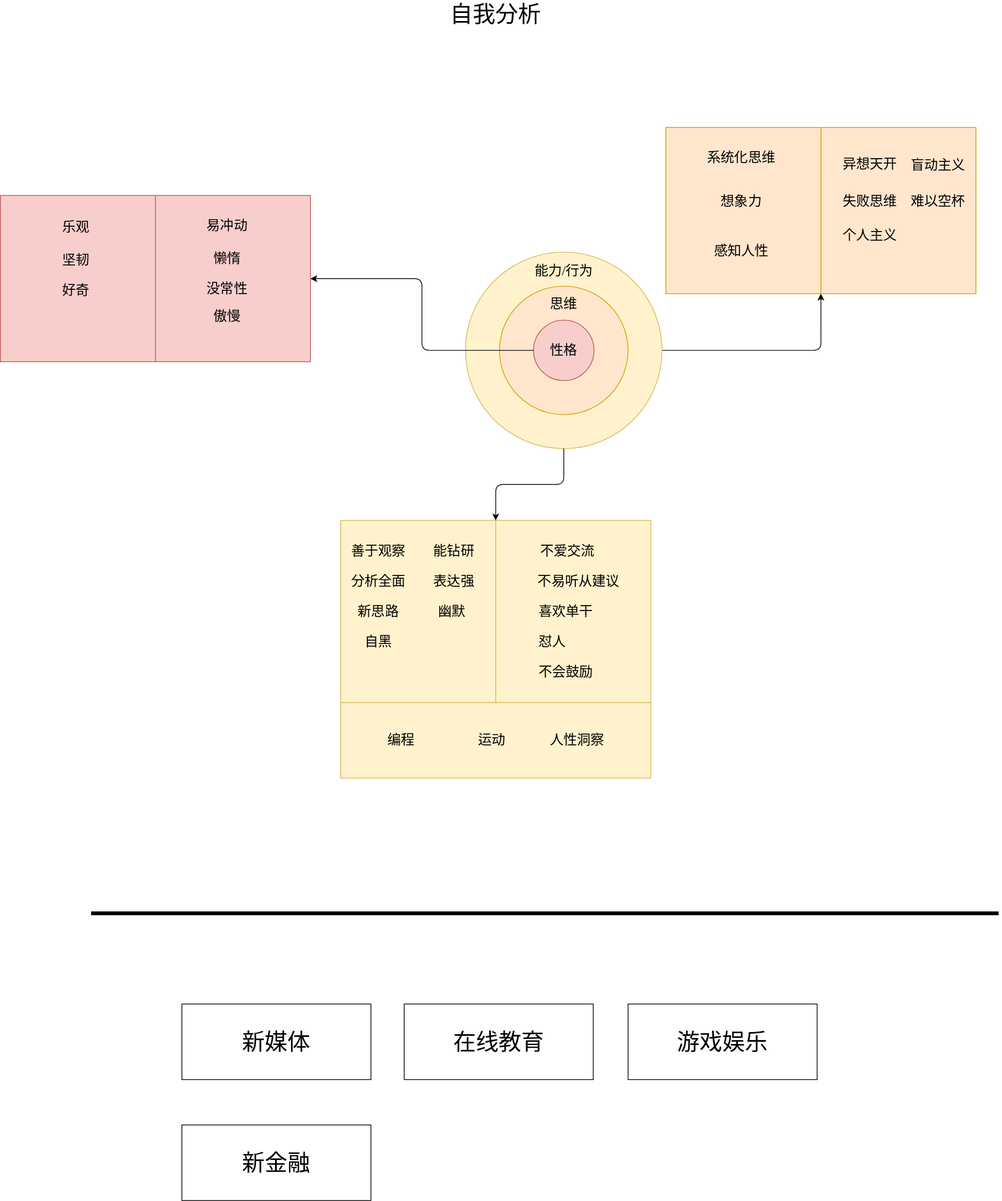
This is self-analysis.drawio.svg from 109km/deep-thinking, a draw.io export, as it was before one commit. Source tidied: cells renumbered, new cells last; positions are measured from the earlier drawing's top-left corner, leaving out a move shared by most shapes.
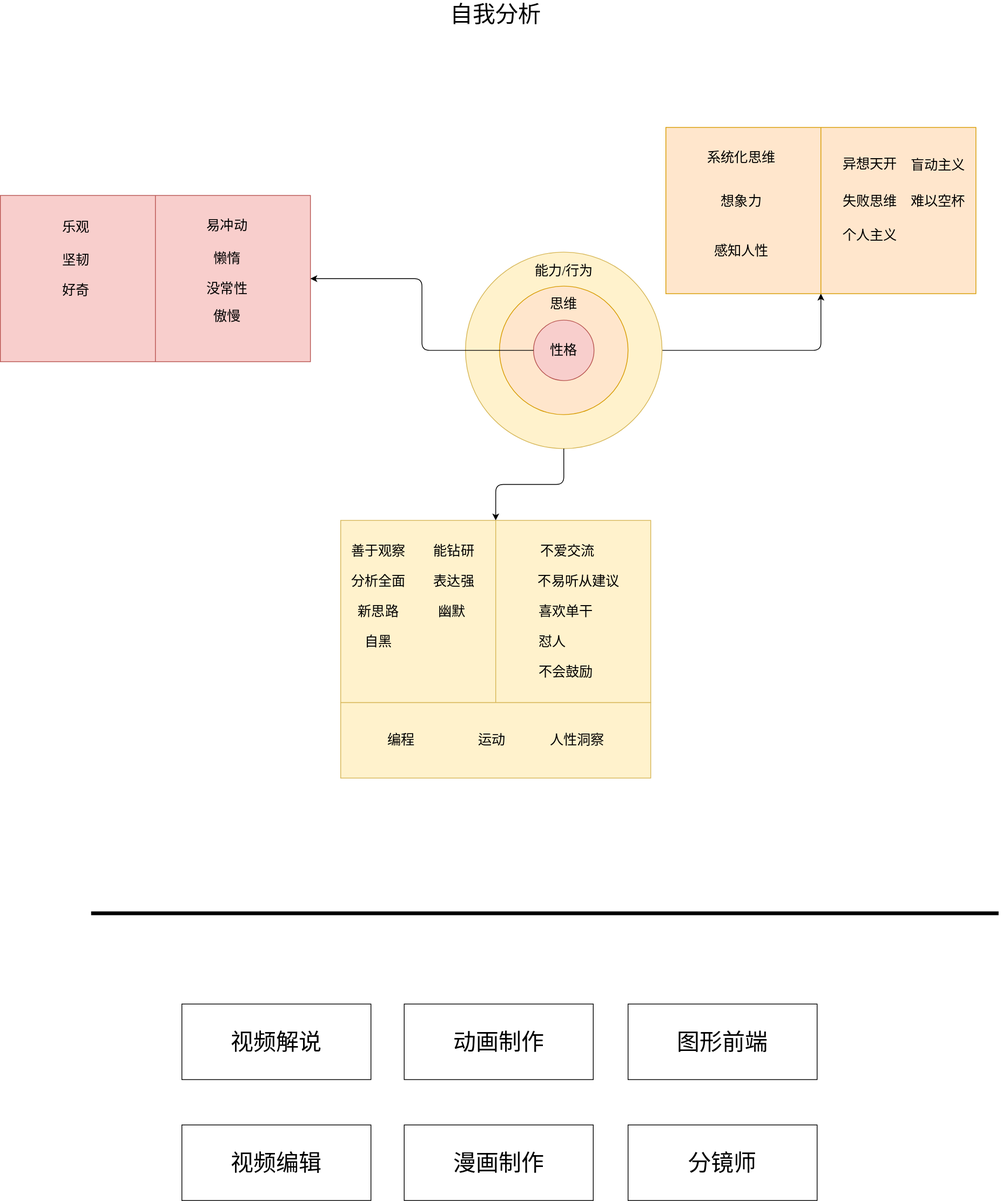
Above is the later version.

What changed in the source:
```diff
@@ -189,17 +189,23 @@
         <mxPoint x="1320" y="1200" as="targetPoint" />
       </mxGeometry>
     </mxCell>
-    <mxCell id="61" value="新媒体" style="rounded=0;whiteSpace=wrap;html=1;strokeColor=#000000;fontFamily=Verdana;fontSize=30;" parent="1" vertex="1">
+    <mxCell id="61" value="视频解说" style="rounded=0;whiteSpace=wrap;html=1;strokeColor=#000000;fontFamily=Verdana;fontSize=30;" parent="1" vertex="1">
       <mxGeometry x="240" y="1320" width="250" height="100" as="geometry" />
     </mxCell>
-    <mxCell id="62" value="在线教育" style="rounded=0;whiteSpace=wrap;html=1;strokeColor=#000000;fontFamily=Verdana;fontSize=30;" parent="1" vertex="1">
+    <mxCell id="62" value="动画制作" style="rounded=0;whiteSpace=wrap;html=1;strokeColor=#000000;fontFamily=Verdana;fontSize=30;" parent="1" vertex="1">
       <mxGeometry x="534" y="1320" width="250" height="100" as="geometry" />
     </mxCell>
-    <mxCell id="63" value="游戏娱乐" style="rounded=0;whiteSpace=wrap;html=1;strokeColor=#000000;fontFamily=Verdana;fontSize=30;" parent="1" vertex="1">
+    <mxCell id="63" value="图形前端" style="rounded=0;whiteSpace=wrap;html=1;strokeColor=#000000;fontFamily=Verdana;fontSize=30;" parent="1" vertex="1">
       <mxGeometry x="830" y="1320" width="250" height="100" as="geometry" />
     </mxCell>
-    <mxCell id="64" value="新金融" style="rounded=0;whiteSpace=wrap;html=1;strokeColor=#000000;fontFamily=Verdana;fontSize=30;" parent="1" vertex="1">
+    <mxCell id="64" value="视频编辑" style="rounded=0;whiteSpace=wrap;html=1;strokeColor=#000000;fontFamily=Verdana;fontSize=30;" parent="1" vertex="1">
       <mxGeometry x="240" y="1480" width="250" height="100" as="geometry" />
     </mxCell>
+    <mxCell id="65" value="漫画制作" style="rounded=0;whiteSpace=wrap;html=1;strokeColor=#000000;fontFamily=Verdana;fontSize=30;" parent="1" vertex="1">
+      <mxGeometry x="534" y="1480" width="250" height="100" as="geometry" />
+    </mxCell>
+    <mxCell id="66" value="分镜师" style="rounded=0;whiteSpace=wrap;html=1;strokeColor=#000000;fontFamily=Verdana;fontSize=30;" parent="1" vertex="1">
+      <mxGeometry x="830" y="1480" width="250" height="100" as="geometry" />
+    </mxCell>
   </root>
 </mxGraphModel>
```
